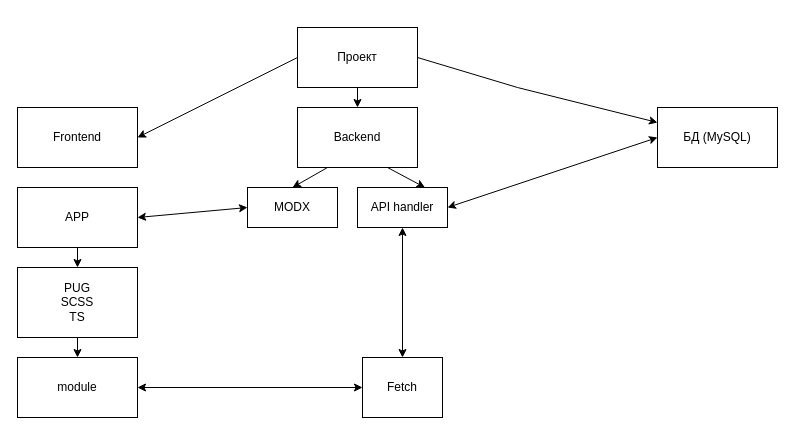
This is Диаграмма без названия.drawio from dmitriy152/clearTemplate, a draw.io file, before an edit. Source tidied: cells renumbered, new cells numbered last; positions are measured from the earlier drawing's top-left corner, leaving out a move shared by most shapes. Both pictures are drawn from the tidied source at 100%, with x=0, y=0 at pixel (17, 27).
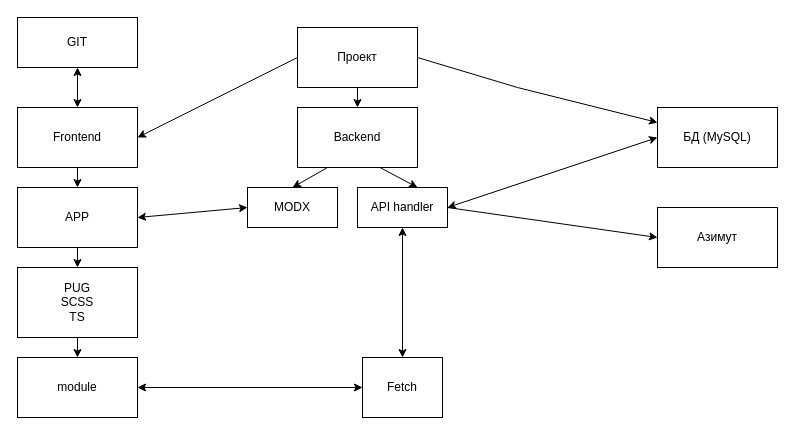
The same page after the edit.

The change refers to these unchanged cells:
```xml
<mxCell id="3" value="Frontend" style="rounded=0;whiteSpace=wrap;html=1;" parent="1" vertex="1">
  <mxGeometry y="80" width="120" height="60" as="geometry" />
</mxCell>
<mxCell id="5" value="Backend" style="rounded=0;whiteSpace=wrap;html=1;" parent="1" vertex="1">
  <mxGeometry x="280" y="80" width="120" height="60" as="geometry" />
</mxCell>
<mxCell id="6" value="APP" style="rounded=0;whiteSpace=wrap;html=1;" parent="1" vertex="1">
  <mxGeometry y="160" width="120" height="60" as="geometry" />
</mxCell>
<mxCell id="11" value="API handler" style="rounded=0;whiteSpace=wrap;html=1;" parent="1" vertex="1">
  <mxGeometry x="340" y="160" width="90" height="40" as="geometry" />
</mxCell>
```

The edit, as a diff of the source:
```diff
@@
-    <mxCell id="23" style="endArrow=classic;html=1;rounded=0;exitX=0.75;exitY=1;exitDx=0;exitDy=0;entryX=0.75;entryY=0;entryDx=0;entryDy=0;" parent="1" edge="1" source="5" target="11">
-      <mxGeometry relative="1" as="geometry" />
+    <mxCell id="23" style="endArrow=classic;html=1;rounded=0;exitX=0.75;exitY=1;exitDx=0;exitDy=0;entryX=0.75;entryY=0;entryDx=0;entryDy=0;" parent="1" edge="1">
+      <mxGeometry relative="1" as="geometry">
+        <mxPoint x="362.5" y="140" as="sourcePoint" />
+        <mxPoint x="400" y="160" as="targetPoint" />
+      </mxGeometry>
     </mxCell>
@@
+    <mxCell id="25" style="endArrow=classic;html=1;rounded=0;exitX=0.5;exitY=1;exitDx=0;exitDy=0;entryX=0.5;entryY=0;entryDx=0;entryDy=0;" parent="1" edge="1" source="3" target="6">
+      <mxGeometry relative="1" as="geometry" />
+    </mxCell>
+    <mxCell id="26" value="GIT" style="rounded=0;whiteSpace=wrap;html=1;" parent="1" vertex="1">
+      <mxGeometry y="-10" width="120" height="50" as="geometry" />
+    </mxCell>
+    <mxCell id="27" style="endArrow=classic;startArrow=classic;html=1;rounded=0;entryX=0.5;entryY=1;entryDx=0;entryDy=0;" parent="1" edge="1" target="26">
+      <mxGeometry relative="1" as="geometry">
+        <mxPoint x="60" y="80" as="sourcePoint" />
+      </mxGeometry>
+    </mxCell>
+    <mxCell id="28" value="Азимут" style="rounded=0;whiteSpace=wrap;html=1;" parent="1" vertex="1">
+      <mxGeometry x="640" y="180" width="120" height="60" as="geometry" />
+    </mxCell>
+    <mxCell id="29" style="endArrow=classic;html=1;rounded=0;entryX=0;entryY=0.5;entryDx=0;entryDy=0;exitX=1;exitY=0.5;exitDx=0;exitDy=0;" parent="1" edge="1" source="11" target="28">
+      <mxGeometry relative="1" as="geometry" />
+    </mxCell>
```
